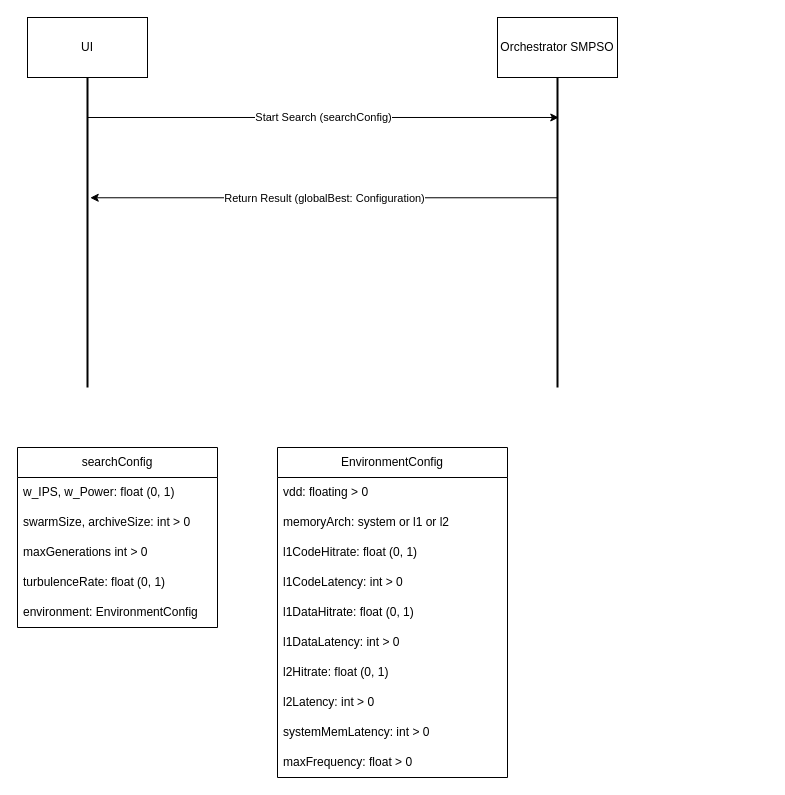
Earlier version of the draw.io diagram scheme/UI-Orchestrator.drawio (R-a-d-u/PSATSimSimulation). Source tidied: cells renumbered, new cells numbered last; positions are measured from the earlier drawing's top-left corner, leaving out a move shared by most shapes. Both pictures are drawn from the tidied source at 100%, with x=0, y=0 at pixel (17, 17).
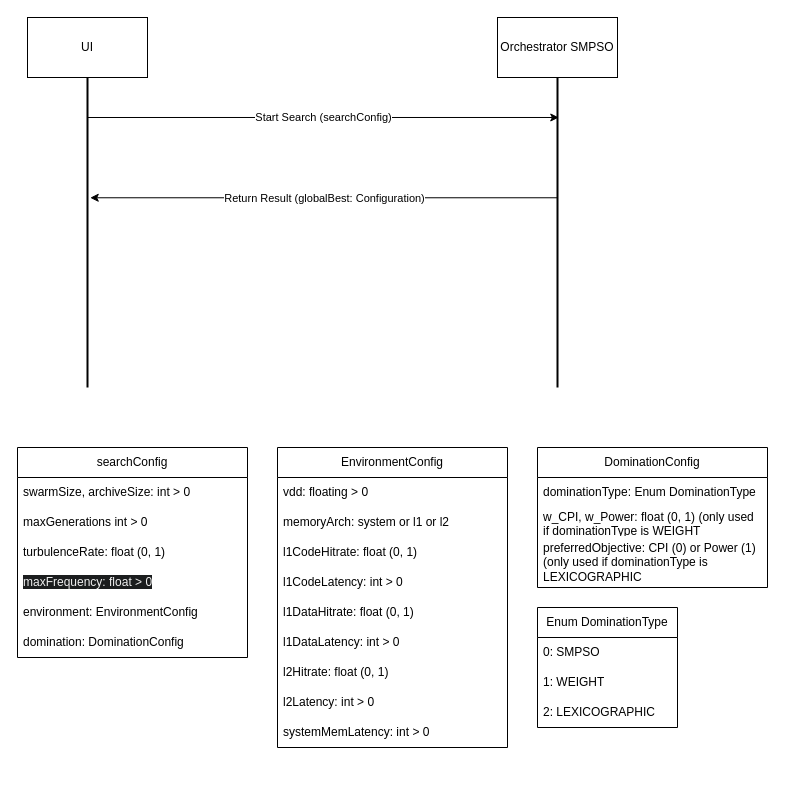
The same page after the edit.

What changed in the source:
```diff
@@
     <mxCell id="10" value="searchConfig" style="swimlane;fontStyle=0;horizontal=1;startSize=30;whiteSpace=wrap;html=1;" parent="1" vertex="1">
-      <mxGeometry y="430" width="200" height="180" as="geometry" />
+      <mxGeometry y="430" width="230" height="210" as="geometry" />
     </mxCell>
-    <mxCell id="11" value="w_IPS, w_Power: float (0, 1)" style="text;strokeColor=none;fillColor=none;align=left;verticalAlign=middle;spacingLeft=4;spacingRight=4;overflow=hidden;whiteSpace=wrap;html=1;" parent="10" vertex="1">
-      <mxGeometry y="30" width="200" height="30" as="geometry" />
-    </mxCell>
     <mxCell id="12" value="swarmSize, archiveSize: int &amp;gt; 0" style="text;strokeColor=none;fillColor=none;align=left;verticalAlign=middle;spacingLeft=4;spacingRight=4;overflow=hidden;whiteSpace=wrap;html=1;" parent="10" vertex="1">
-      <mxGeometry y="60" width="200" height="30" as="geometry" />
+      <mxGeometry y="30" width="230" height="30" as="geometry" />
     </mxCell>
     <mxCell id="13" value="maxGenerations int &amp;gt; 0" style="text;strokeColor=none;fillColor=none;align=left;verticalAlign=middle;spacingLeft=4;spacingRight=4;overflow=hidden;whiteSpace=wrap;html=1;" parent="10" vertex="1">
-      <mxGeometry y="90" width="200" height="30" as="geometry" />
+      <mxGeometry y="60" width="230" height="30" as="geometry" />
     </mxCell>
     <mxCell id="14" value="turbulenceRate: float (0, 1)" style="text;strokeColor=none;fillColor=none;align=left;verticalAlign=middle;spacingLeft=4;spacingRight=4;overflow=hidden;whiteSpace=wrap;html=1;" parent="10" vertex="1">
-      <mxGeometry y="120" width="200" height="30" as="geometry" />
+      <mxGeometry y="90" width="230" height="30" as="geometry" />
     </mxCell>
+    <mxCell id="26" value="&lt;span style=&quot;color: rgb(240, 240, 240); font-family: Helvetica; font-size: 12px; font-style: normal; font-variant-ligatures: normal; font-variant-caps: normal; font-weight: 400; letter-spacing: normal; orphans: 2; text-align: left; text-indent: 0px; text-transform: none; widows: 2; word-spacing: 0px; -webkit-text-stroke-width: 0px; white-space: normal; background-color: rgb(27, 29, 30); text-decoration-thickness: initial; text-decoration-style: initial; text-decoration-color: initial; display: inline !important; float: none;&quot;&gt;maxFrequency: float &amp;gt; 0&lt;/span&gt;" style="text;strokeColor=none;fillColor=none;align=left;verticalAlign=middle;spacingLeft=4;spacingRight=4;overflow=hidden;whiteSpace=wrap;html=1;" parent="10" vertex="1">
+      <mxGeometry y="120" width="230" height="30" as="geometry" />
+    </mxCell>
     <mxCell id="15" value="environment: EnvironmentConfig" style="text;strokeColor=none;fillColor=none;align=left;verticalAlign=middle;spacingLeft=4;spacingRight=4;overflow=hidden;whiteSpace=wrap;html=1;" parent="10" vertex="1">
-      <mxGeometry y="150" width="200" height="30" as="geometry" />
+      <mxGeometry y="150" width="230" height="30" as="geometry" />
     </mxCell>
+    <mxCell id="27" value="domination: DominationConfig" style="text;strokeColor=none;fillColor=none;align=left;verticalAlign=middle;spacingLeft=4;spacingRight=4;overflow=hidden;whiteSpace=wrap;html=1;" parent="10" vertex="1">
+      <mxGeometry y="180" width="230" height="30" as="geometry" />
+    </mxCell>
     <mxCell id="16" value="EnvironmentConfig" style="swimlane;fontStyle=0;horizontal=1;startSize=30;whiteSpace=wrap;html=1;" parent="1" vertex="1">
-      <mxGeometry x="260" y="430" width="230" height="330" as="geometry" />
+      <mxGeometry x="260" y="430" width="230" height="300" as="geometry" />
     </mxCell>
@@
-    <mxCell id="26" value="maxFrequency: float &amp;gt; 0" style="text;strokeColor=none;fillColor=none;align=left;verticalAlign=middle;spacingLeft=4;spacingRight=4;overflow=hidden;whiteSpace=wrap;html=1;" parent="16" vertex="1">
-      <mxGeometry y="300" width="230" height="30" as="geometry" />
-    </mxCell>
+    <mxCell id="28" value="Enum DominationType" style="swimlane;fontStyle=0;horizontal=1;startSize=30;whiteSpace=wrap;html=1;" parent="1" vertex="1">
+      <mxGeometry x="520" y="590" width="140" height="120" as="geometry" />
+    </mxCell>
+    <mxCell id="29" value="0: SMPSO" style="text;strokeColor=none;fillColor=none;align=left;verticalAlign=middle;spacingLeft=4;spacingRight=4;overflow=hidden;whiteSpace=wrap;html=1;" parent="28" vertex="1">
+      <mxGeometry y="30" width="140" height="30" as="geometry" />
+    </mxCell>
+    <mxCell id="30" value="1: WEIGHT" style="text;strokeColor=none;fillColor=none;align=left;verticalAlign=middle;spacingLeft=4;spacingRight=4;overflow=hidden;whiteSpace=wrap;html=1;" parent="28" vertex="1">
+      <mxGeometry y="60" width="140" height="30" as="geometry" />
+    </mxCell>
+    <mxCell id="31" value="2: LEXICOGRAPHIC" style="text;strokeColor=none;fillColor=none;align=left;verticalAlign=middle;spacingLeft=4;spacingRight=4;overflow=hidden;whiteSpace=wrap;html=1;" parent="28" vertex="1">
+      <mxGeometry y="90" width="140" height="30" as="geometry" />
+    </mxCell>
+    <mxCell id="32" value="DominationConfig" style="swimlane;fontStyle=0;horizontal=1;startSize=30;whiteSpace=wrap;html=1;" parent="1" vertex="1">
+      <mxGeometry x="520" y="430" width="230" height="140" as="geometry" />
+    </mxCell>
+    <mxCell id="33" value="dominationType: Enum DominationType" style="text;strokeColor=none;fillColor=none;align=left;verticalAlign=middle;spacingLeft=4;spacingRight=4;overflow=hidden;whiteSpace=wrap;html=1;" parent="32" vertex="1">
+      <mxGeometry y="30" width="230" height="30" as="geometry" />
+    </mxCell>
+    <mxCell id="34" value="w_CPI, w_Power: float (0, 1) (only used if dominationType is WEIGHT" style="text;strokeColor=none;fillColor=none;align=left;verticalAlign=middle;spacingLeft=4;spacingRight=4;overflow=hidden;whiteSpace=wrap;html=1;" parent="32" vertex="1">
+      <mxGeometry y="60" width="230" height="30" as="geometry" />
+    </mxCell>
+    <mxCell id="35" value="preferredObjective: CPI (0) or Power (1) (only used if dominationType is LEXICOGRAPHIC" style="text;strokeColor=none;fillColor=none;align=left;verticalAlign=middle;spacingLeft=4;spacingRight=4;overflow=hidden;whiteSpace=wrap;html=1;" parent="32" vertex="1">
+      <mxGeometry y="90" width="230" height="50" as="geometry" />
+    </mxCell>
```
